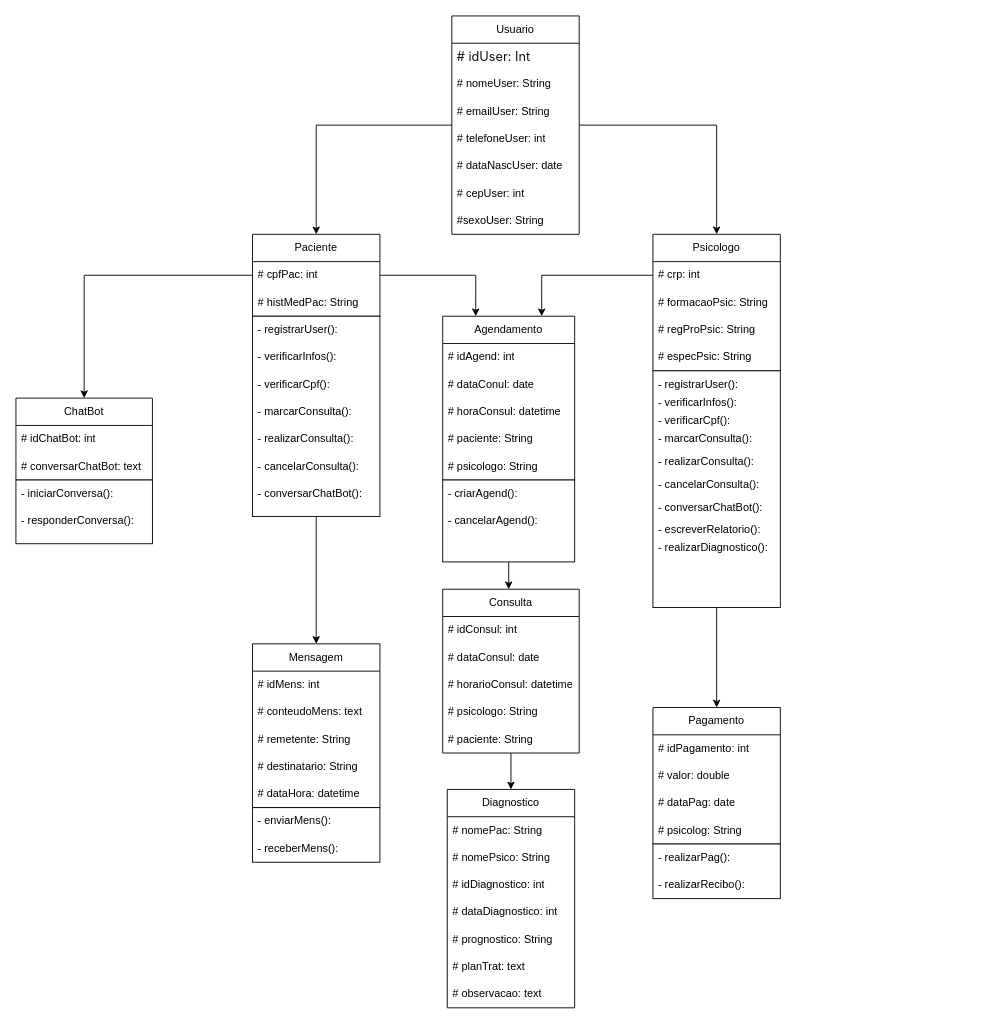
Before: DiagramaDeClasse.drawio in PENEzz/uml, a draw.io diagram. Source tidied: cells renumbered, new cells numbered last; positions are measured from the earlier drawing's top-left corner, leaving out a move shared by most shapes. Both pictures are drawn from the tidied source at 91%, with x=0, y=0 at pixel (15, 15).
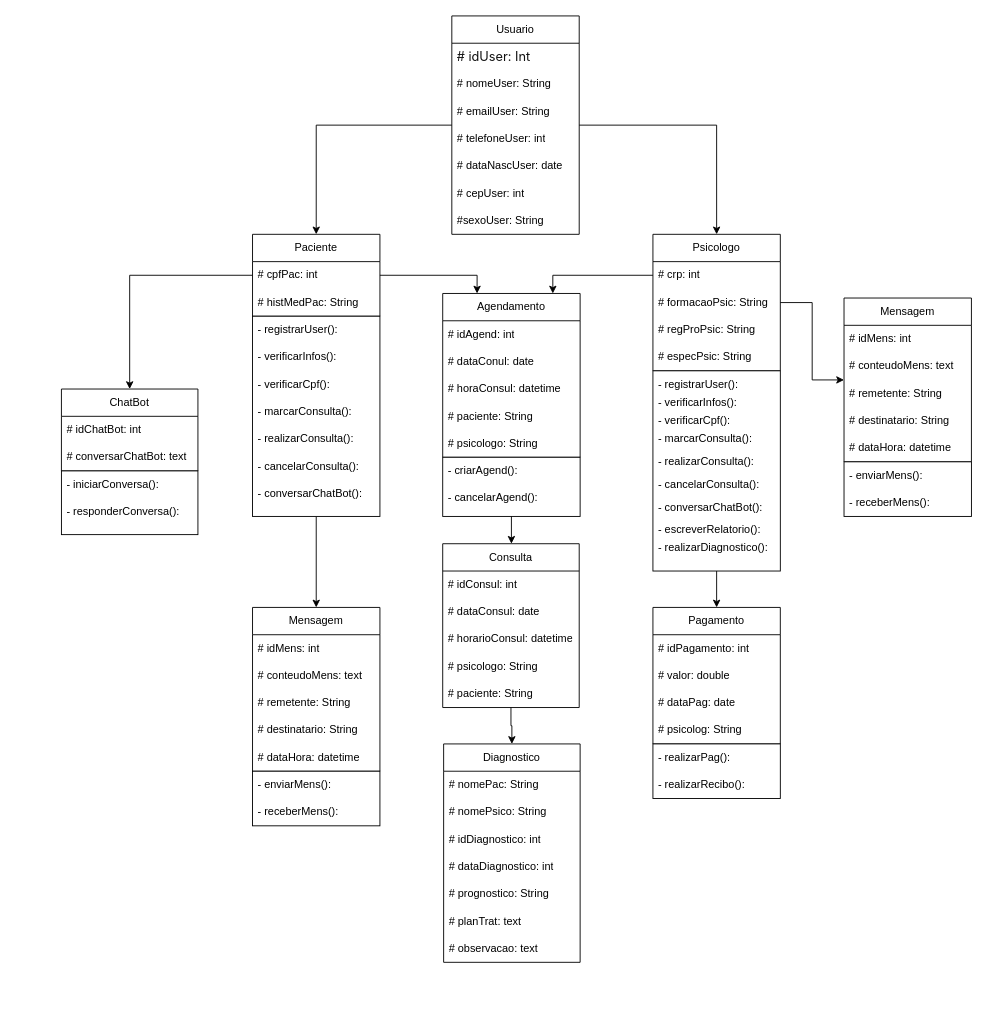
The same page after the edit.

The change refers to these unchanged cells:
```xml
<mxCell id="24" value="Psicologo" style="swimlane;fontStyle=0;horizontal=1;startSize=30;whiteSpace=wrap;html=1;" parent="1" vertex="1">
  <mxGeometry x="700" y="240" width="140" height="150" as="geometry" />
</mxCell>
<mxCell id="25" value="# crp: int" style="text;strokeColor=none;fillColor=none;align=left;verticalAlign=middle;spacingLeft=4;spacingRight=4;overflow=hidden;points=[[0,0.5],[1,0.5]];portConstraint=eastwest;whiteSpace=wrap;html=1;" parent="24" vertex="1">
  <mxGeometry y="30" width="140" height="30" as="geometry" />
</mxCell>
```

Diff of the diagram source:
```diff
@@
+    <mxCell id="91" style="edgeStyle=orthogonalEdgeStyle;rounded=0;jettySize=auto;html=1;" parent="1" edge="1" source="24" target="92">
+      <mxGeometry relative="1" as="geometry" />
+    </mxCell>
@@
     <mxCell id="30" style="rounded=0;whiteSpace=wrap;html=1;" parent="1" vertex="1">
-      <mxGeometry x="700" y="390" width="140" height="260" as="geometry" />
+      <mxGeometry x="700" y="390" width="140" height="220" as="geometry" />
     </mxCell>
@@
     <mxCell id="40" value="Mensagem" style="swimlane;fontStyle=0;horizontal=1;startSize=30;whiteSpace=wrap;html=1;" parent="1" vertex="1">
-      <mxGeometry x="260" y="690" width="140" height="180" as="geometry" />
+      <mxGeometry x="260" y="650" width="140" height="180" as="geometry" />
     </mxCell>
@@
     <mxCell id="46" style="rounded=0;whiteSpace=wrap;html=1;" parent="1" vertex="1">
-      <mxGeometry x="260" y="870" width="140" height="60" as="geometry" />
+      <mxGeometry x="260" y="830" width="140" height="60" as="geometry" />
     </mxCell>
     <mxCell id="47" value="- enviarMens():" style="text;strokeColor=none;fillColor=none;align=left;verticalAlign=middle;spacingLeft=4;spacingRight=4;overflow=hidden;whiteSpace=wrap;html=1;" parent="1" vertex="1">
-      <mxGeometry x="260" y="870" width="140" height="30" as="geometry" />
+      <mxGeometry x="260" y="830" width="140" height="30" as="geometry" />
     </mxCell>
     <mxCell id="48" value="- receberMens():" style="text;strokeColor=none;fillColor=none;align=left;verticalAlign=middle;spacingLeft=4;spacingRight=4;overflow=hidden;whiteSpace=wrap;html=1;" parent="1" vertex="1">
-      <mxGeometry x="260" y="900" width="140" height="30" as="geometry" />
+      <mxGeometry x="260" y="860" width="140" height="30" as="geometry" />
     </mxCell>
@@
     <mxCell id="50" value="Consulta" style="swimlane;fontStyle=0;horizontal=1;startSize=30;whiteSpace=wrap;html=1;" parent="1" vertex="1">
-      <mxGeometry x="469" y="630" width="150" height="180" as="geometry" />
+      <mxGeometry x="469" y="580" width="150" height="180" as="geometry" />
     </mxCell>
@@
     <mxCell id="56" value="Pagamento" style="swimlane;fontStyle=0;horizontal=1;startSize=30;whiteSpace=wrap;html=1;" parent="1" vertex="1">
-      <mxGeometry x="700" y="760" width="140" height="150" as="geometry" />
+      <mxGeometry x="700" y="650" width="140" height="150" as="geometry" />
     </mxCell>
@@
     <mxCell id="61" style="rounded=0;whiteSpace=wrap;html=1;" parent="1" vertex="1">
-      <mxGeometry x="700" y="910" width="140" height="60" as="geometry" />
+      <mxGeometry x="700" y="800" width="140" height="60" as="geometry" />
     </mxCell>
     <mxCell id="62" value="- realizarPag():" style="text;strokeColor=none;fillColor=none;align=left;verticalAlign=middle;spacingLeft=4;spacingRight=4;overflow=hidden;whiteSpace=wrap;html=1;" parent="1" vertex="1">
-      <mxGeometry x="700" y="910" width="140" height="30" as="geometry" />
+      <mxGeometry x="700" y="800" width="140" height="30" as="geometry" />
     </mxCell>
     <mxCell id="63" value="- realizarRecibo():" style="text;strokeColor=none;fillColor=none;align=left;verticalAlign=middle;spacingLeft=4;spacingRight=4;overflow=hidden;whiteSpace=wrap;html=1;" parent="1" vertex="1">
-      <mxGeometry x="700" y="940" width="140" height="30" as="geometry" />
+      <mxGeometry x="700" y="830" width="140" height="30" as="geometry" />
     </mxCell>
     <mxCell id="64" value="Agendamento" style="swimlane;fontStyle=0;horizontal=1;startSize=30;whiteSpace=wrap;html=1;" parent="1" vertex="1">
-      <mxGeometry x="469" y="330" width="145" height="180" as="geometry" />
+      <mxGeometry x="469" y="305" width="151" height="180" as="geometry" />
     </mxCell>
     <mxCell id="65" value="# idAgend: int" style="text;strokeColor=none;fillColor=none;align=left;verticalAlign=middle;spacingLeft=4;spacingRight=4;overflow=hidden;whiteSpace=wrap;html=1;" parent="64" vertex="1">
-      <mxGeometry y="30" width="145" height="30" as="geometry" />
+      <mxGeometry y="30" width="151" height="30" as="geometry" />
     </mxCell>
     <mxCell id="66" value="# dataConul: date" style="text;strokeColor=none;fillColor=none;align=left;verticalAlign=middle;spacingLeft=4;spacingRight=4;overflow=hidden;whiteSpace=wrap;html=1;" parent="64" vertex="1">
-      <mxGeometry y="60" width="145" height="30" as="geometry" />
+      <mxGeometry y="60" width="151" height="30" as="geometry" />
     </mxCell>
     <mxCell id="67" value="# horaConsul: datetime" style="text;strokeColor=none;fillColor=none;align=left;verticalAlign=middle;spacingLeft=4;spacingRight=4;overflow=hidden;whiteSpace=wrap;html=1;" parent="64" vertex="1">
-      <mxGeometry y="90" width="145" height="30" as="geometry" />
+      <mxGeometry y="90" width="151" height="30" as="geometry" />
     </mxCell>
     <mxCell id="68" value="# paciente: String" style="text;strokeColor=none;fillColor=none;align=left;verticalAlign=middle;spacingLeft=4;spacingRight=4;overflow=hidden;whiteSpace=wrap;html=1;" parent="64" vertex="1">
-      <mxGeometry y="120" width="145" height="30" as="geometry" />
+      <mxGeometry y="120" width="151" height="30" as="geometry" />
     </mxCell>
     <mxCell id="69" value="# psicologo: String" style="text;strokeColor=none;fillColor=none;align=left;verticalAlign=middle;spacingLeft=4;spacingRight=4;overflow=hidden;whiteSpace=wrap;html=1;" parent="64" vertex="1">
-      <mxGeometry y="150" width="145" height="30" as="geometry" />
+      <mxGeometry y="150" width="151" height="30" as="geometry" />
     </mxCell>
     <mxCell id="70" style="rounded=0;whiteSpace=wrap;html=1;" parent="1" vertex="1">
-      <mxGeometry x="469" y="510" width="145" height="90" as="geometry" />
+      <mxGeometry x="469" y="485" width="151" height="65" as="geometry" />
     </mxCell>
     <mxCell id="71" value="- criarAgend():&amp;nbsp;" style="text;strokeColor=none;fillColor=none;align=left;verticalAlign=middle;spacingLeft=4;spacingRight=4;overflow=hidden;whiteSpace=wrap;html=1;" parent="1" vertex="1">
-      <mxGeometry x="469" y="510" width="145" height="30" as="geometry" />
+      <mxGeometry x="469" y="485" width="145" height="30" as="geometry" />
     </mxCell>
     <mxCell id="72" value="- cancelarAgend():" style="text;strokeColor=none;fillColor=none;align=left;verticalAlign=middle;spacingLeft=4;spacingRight=4;overflow=hidden;whiteSpace=wrap;html=1;" parent="1" vertex="1">
-      <mxGeometry x="469" y="540" width="145" height="30" as="geometry" />
+      <mxGeometry x="469" y="515" width="145" height="30" as="geometry" />
     </mxCell>
     <mxCell id="73" value="ChatBot" style="swimlane;fontStyle=0;horizontal=1;startSize=30;whiteSpace=wrap;html=1;" parent="1" vertex="1">
-      <mxGeometry y="420" width="150" height="90" as="geometry" />
+      <mxGeometry x="50" y="410" width="150" height="90" as="geometry" />
     </mxCell>
@@
     <mxCell id="76" style="rounded=0;whiteSpace=wrap;html=1;" parent="1" vertex="1">
-      <mxGeometry y="510" width="150" height="70" as="geometry" />
+      <mxGeometry x="50" y="500" width="150" height="70" as="geometry" />
     </mxCell>
     <mxCell id="77" value="- iniciarConversa():" style="text;strokeColor=none;fillColor=none;align=left;verticalAlign=middle;spacingLeft=4;spacingRight=4;overflow=hidden;whiteSpace=wrap;html=1;" parent="1" vertex="1">
-      <mxGeometry y="510" width="150" height="30" as="geometry" />
+      <mxGeometry x="50" y="500" width="150" height="30" as="geometry" />
     </mxCell>
     <mxCell id="78" value="- responderConversa():" style="text;strokeColor=none;fillColor=none;align=left;verticalAlign=middle;spacingLeft=4;spacingRight=4;overflow=hidden;whiteSpace=wrap;html=1;" parent="1" vertex="1">
-      <mxGeometry y="540" width="150" height="30" as="geometry" />
+      <mxGeometry x="50" y="530" width="150" height="30" as="geometry" />
     </mxCell>
@@
-    <mxCell id="81" style="edgeStyle=orthogonalEdgeStyle;rounded=0;jettySize=auto;html=1;entryX=0.75;entryY=0;entryDx=0;entryDy=0;" parent="1" edge="1" source="25" target="64">
-      <mxGeometry relative="1" as="geometry" />
+    <mxCell id="81" style="edgeStyle=orthogonalEdgeStyle;rounded=0;jettySize=auto;html=1;" parent="1" edge="1" source="25" target="64">
+      <mxGeometry relative="1" as="geometry">
+        <Array as="points">
+          <mxPoint x="590" y="285" />
+        </Array>
+      </mxGeometry>
     </mxCell>
     <mxCell id="82" value="Diagnostico" style="swimlane;fontStyle=0;horizontal=1;startSize=30;whiteSpace=wrap;html=1;" parent="1" vertex="1">
-      <mxGeometry x="474" y="850" width="140" height="240" as="geometry" />
+      <mxGeometry x="470" y="800" width="150" height="240" as="geometry" />
     </mxCell>
     <mxCell id="83" value="# nomePac: String" style="text;strokeColor=none;fillColor=none;align=left;verticalAlign=middle;spacingLeft=4;spacingRight=4;overflow=hidden;whiteSpace=wrap;html=1;" parent="82" vertex="1">
-      <mxGeometry y="30" width="140" height="30" as="geometry" />
+      <mxGeometry y="30" width="150" height="30" as="geometry" />
     </mxCell>
     <mxCell id="84" value="# nomePsico: String" style="text;strokeColor=none;fillColor=none;align=left;verticalAlign=middle;spacingLeft=4;spacingRight=4;overflow=hidden;whiteSpace=wrap;html=1;" parent="82" vertex="1">
-      <mxGeometry y="60" width="140" height="30" as="geometry" />
+      <mxGeometry y="60" width="150" height="30" as="geometry" />
     </mxCell>
     <mxCell id="85" value="# idDiagnostico: int" style="text;strokeColor=none;fillColor=none;align=left;verticalAlign=middle;spacingLeft=4;spacingRight=4;overflow=hidden;whiteSpace=wrap;html=1;" parent="82" vertex="1">
-      <mxGeometry y="90" width="140" height="30" as="geometry" />
+      <mxGeometry y="90" width="150" height="30" as="geometry" />
     </mxCell>
     <mxCell id="86" value="# dataDiagnostico: int" style="text;strokeColor=none;fillColor=none;align=left;verticalAlign=middle;spacingLeft=4;spacingRight=4;overflow=hidden;whiteSpace=wrap;html=1;" parent="82" vertex="1">
-      <mxGeometry y="120" width="140" height="30" as="geometry" />
+      <mxGeometry y="120" width="150" height="30" as="geometry" />
     </mxCell>
     <mxCell id="87" value="# prognostico: String" style="text;strokeColor=none;fillColor=none;align=left;verticalAlign=middle;spacingLeft=4;spacingRight=4;overflow=hidden;whiteSpace=wrap;html=1;" parent="82" vertex="1">
-      <mxGeometry y="150" width="140" height="30" as="geometry" />
+      <mxGeometry y="150" width="150" height="30" as="geometry" />
     </mxCell>
     <mxCell id="88" value="# planTrat: text" style="text;strokeColor=none;fillColor=none;align=left;verticalAlign=middle;spacingLeft=4;spacingRight=4;overflow=hidden;whiteSpace=wrap;html=1;" parent="82" vertex="1">
-      <mxGeometry y="180" width="140" height="30" as="geometry" />
+      <mxGeometry y="180" width="150" height="30" as="geometry" />
     </mxCell>
     <mxCell id="89" value="# observacao: text" style="text;strokeColor=none;fillColor=none;align=left;verticalAlign=middle;spacingLeft=4;spacingRight=4;overflow=hidden;whiteSpace=wrap;html=1;" parent="82" vertex="1">
-      <mxGeometry y="210" width="140" height="30" as="geometry" />
+      <mxGeometry y="210" width="150" height="30" as="geometry" />
     </mxCell>
@@
+    <mxCell id="92" value="Mensagem" style="swimlane;fontStyle=0;horizontal=1;startSize=30;whiteSpace=wrap;html=1;" parent="1" vertex="1">
+      <mxGeometry x="910" y="310" width="140" height="180" as="geometry" />
+    </mxCell>
+    <mxCell id="93" value="# idMens&lt;span style=&quot;background-color: initial;&quot;&gt;: int&lt;/span&gt;" style="text;strokeColor=none;fillColor=none;align=left;verticalAlign=middle;spacingLeft=4;spacingRight=4;overflow=hidden;whiteSpace=wrap;html=1;" parent="92" vertex="1">
+      <mxGeometry y="30" width="140" height="30" as="geometry" />
+    </mxCell>
+    <mxCell id="94" value="# conteudoMens: text" style="text;strokeColor=none;fillColor=none;align=left;verticalAlign=middle;spacingLeft=4;spacingRight=4;overflow=hidden;whiteSpace=wrap;html=1;" parent="92" vertex="1">
+      <mxGeometry y="60" width="140" height="30" as="geometry" />
+    </mxCell>
+    <mxCell id="95" value="# remetente: String" style="text;strokeColor=none;fillColor=none;align=left;verticalAlign=middle;spacingLeft=4;spacingRight=4;overflow=hidden;whiteSpace=wrap;html=1;" parent="92" vertex="1">
+      <mxGeometry y="90" width="140" height="30" as="geometry" />
+    </mxCell>
+    <mxCell id="96" value="# destinatario: String" style="text;strokeColor=none;fillColor=none;align=left;verticalAlign=middle;spacingLeft=4;spacingRight=4;overflow=hidden;whiteSpace=wrap;html=1;" parent="92" vertex="1">
+      <mxGeometry y="120" width="140" height="30" as="geometry" />
+    </mxCell>
+    <mxCell id="97" value="# dataHora: datetime" style="text;strokeColor=none;fillColor=none;align=left;verticalAlign=middle;spacingLeft=4;spacingRight=4;overflow=hidden;whiteSpace=wrap;html=1;" parent="92" vertex="1">
+      <mxGeometry y="150" width="140" height="30" as="geometry" />
+    </mxCell>
+    <mxCell id="98" style="rounded=0;whiteSpace=wrap;html=1;" parent="1" vertex="1">
+      <mxGeometry x="910" y="490" width="140" height="60" as="geometry" />
+    </mxCell>
+    <mxCell id="99" value="- enviarMens():" style="text;strokeColor=none;fillColor=none;align=left;verticalAlign=middle;spacingLeft=4;spacingRight=4;overflow=hidden;whiteSpace=wrap;html=1;" parent="1" vertex="1">
+      <mxGeometry x="910" y="490" width="140" height="30" as="geometry" />
+    </mxCell>
+    <mxCell id="100" value="- receberMens():" style="text;strokeColor=none;fillColor=none;align=left;verticalAlign=middle;spacingLeft=4;spacingRight=4;overflow=hidden;whiteSpace=wrap;html=1;" parent="1" vertex="1">
+      <mxGeometry x="910" y="520" width="140" height="30" as="geometry" />
+    </mxCell>
```
